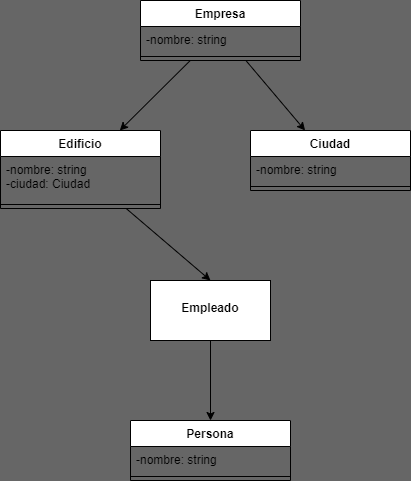
Above: El_dia_siguiente/UML.png in clauloro/Agregaci-n-composicion-individual (draw.io), before the change. Source tidied: cells renumbered, new cells last; positions are measured from the earlier drawing's top-left corner, leaving out a move shared by most shapes. Its diagram source:
```xml
<mxGraphModel background="#666666">
  <root>
    <mxCell id="0" />
    <mxCell id="1" parent="0" />
    <mxCell id="2" style="edgeStyle=none;html=1;" parent="1" edge="1" source="4" target="8">
      <mxGeometry relative="1" as="geometry" />
    </mxCell>
    <mxCell id="3" style="edgeStyle=none;html=1;" parent="1" edge="1" source="4" target="11">
      <mxGeometry relative="1" as="geometry" />
    </mxCell>
    <mxCell id="4" value="Empresa" style="swimlane;fontStyle=1;align=center;verticalAlign=top;horizontal=1;startSize=26;" parent="1" vertex="1">
      <mxGeometry x="140" width="160" height="60" as="geometry" />
    </mxCell>
    <mxCell id="5" value="-nombre: string" style="text;strokeColor=none;fillColor=none;align=left;verticalAlign=top;spacingLeft=4;spacingRight=4;overflow=hidden;" parent="4" vertex="1">
      <mxGeometry y="26" width="160" height="26" as="geometry" />
    </mxCell>
    <mxCell id="6" style="line;strokeWidth=1;fillColor=none;align=left;verticalAlign=middle;spacingTop=-1;spacingLeft=3;spacingRight=3;labelPosition=right;strokeColor=inherit;" parent="4" vertex="1">
      <mxGeometry y="52" width="160" height="8" as="geometry" />
    </mxCell>
    <mxCell id="7" style="edgeStyle=none;html=1;entryX=0.5;entryY=0;entryDx=0;entryDy=0;" parent="1" edge="1" source="8" target="15">
      <mxGeometry relative="1" as="geometry" />
    </mxCell>
    <mxCell id="8" value="Edificio" style="swimlane;fontStyle=1;align=center;verticalAlign=top;horizontal=1;startSize=26;" parent="1" vertex="1">
      <mxGeometry y="130" width="160" height="78" as="geometry" />
    </mxCell>
    <mxCell id="9" value="-nombre: string&#10;-ciudad: Ciudad" style="text;strokeColor=none;fillColor=none;align=left;verticalAlign=top;spacingLeft=4;spacingRight=4;overflow=hidden;" parent="8" vertex="1">
      <mxGeometry y="26" width="160" height="44" as="geometry" />
    </mxCell>
    <mxCell id="10" style="line;strokeWidth=1;fillColor=none;align=left;verticalAlign=middle;spacingTop=-1;spacingLeft=3;spacingRight=3;labelPosition=right;strokeColor=inherit;" parent="8" vertex="1">
      <mxGeometry y="70" width="160" height="8" as="geometry" />
    </mxCell>
    <mxCell id="11" value="Ciudad" style="swimlane;fontStyle=1;align=center;verticalAlign=top;horizontal=1;startSize=26;" parent="1" vertex="1">
      <mxGeometry x="250" y="130" width="160" height="60" as="geometry" />
    </mxCell>
    <mxCell id="12" value="-nombre: string" style="text;strokeColor=none;fillColor=none;align=left;verticalAlign=top;spacingLeft=4;spacingRight=4;overflow=hidden;" parent="11" vertex="1">
      <mxGeometry y="26" width="160" height="26" as="geometry" />
    </mxCell>
    <mxCell id="13" style="line;strokeWidth=1;fillColor=none;align=left;verticalAlign=middle;spacingTop=-1;spacingLeft=3;spacingRight=3;labelPosition=right;strokeColor=inherit;" parent="11" vertex="1">
      <mxGeometry y="52" width="160" height="8" as="geometry" />
    </mxCell>
    <mxCell id="14" style="edgeStyle=none;html=1;" parent="1" edge="1" source="15">
      <mxGeometry relative="1" as="geometry">
        <mxPoint x="210" y="420" as="targetPoint" />
      </mxGeometry>
    </mxCell>
    <mxCell id="15" value="&lt;br&gt;Empleado" style="whiteSpace=wrap;html=1;verticalAlign=top;fontStyle=1;startSize=26;" parent="1" vertex="1">
      <mxGeometry x="150" y="280" width="120" height="60" as="geometry" />
    </mxCell>
    <mxCell id="16" value="Persona" style="swimlane;fontStyle=1;align=center;verticalAlign=top;horizontal=1;startSize=26;" parent="1" vertex="1">
      <mxGeometry x="130" y="420" width="160" height="60" as="geometry" />
    </mxCell>
    <mxCell id="17" value="-nombre: string" style="text;strokeColor=none;fillColor=none;align=left;verticalAlign=top;spacingLeft=4;spacingRight=4;overflow=hidden;" parent="16" vertex="1">
      <mxGeometry y="26" width="160" height="26" as="geometry" />
    </mxCell>
    <mxCell id="18" style="line;strokeWidth=1;fillColor=none;align=left;verticalAlign=middle;spacingTop=-1;spacingLeft=3;spacingRight=3;labelPosition=right;strokeColor=inherit;" parent="16" vertex="1">
      <mxGeometry y="52" width="160" height="8" as="geometry" />
    </mxCell>
  </root>
</mxGraphModel>
```
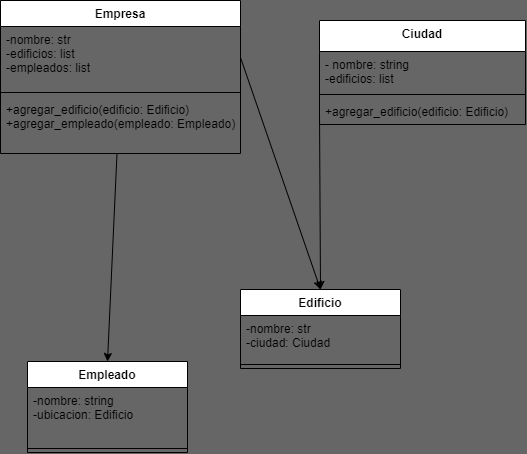
After the commit.

Change to the diagram source:
```diff
@@ -2,58 +2,56 @@
   <root>
     <mxCell id="0" />
     <mxCell id="1" parent="0" />
-    <mxCell id="2" style="edgeStyle=none;html=1;" parent="1" edge="1" source="4" target="8">
-      <mxGeometry relative="1" as="geometry" />
-    </mxCell>
-    <mxCell id="3" style="edgeStyle=none;html=1;" parent="1" edge="1" source="4" target="11">
-      <mxGeometry relative="1" as="geometry" />
-    </mxCell>
-    <mxCell id="4" value="Empresa" style="swimlane;fontStyle=1;align=center;verticalAlign=top;horizontal=1;startSize=26;" parent="1" vertex="1">
-      <mxGeometry x="140" width="160" height="60" as="geometry" />
-    </mxCell>
-    <mxCell id="5" value="-nombre: string" style="text;strokeColor=none;fillColor=none;align=left;verticalAlign=top;spacingLeft=4;spacingRight=4;overflow=hidden;" parent="4" vertex="1">
-      <mxGeometry y="26" width="160" height="26" as="geometry" />
-    </mxCell>
-    <mxCell id="6" style="line;strokeWidth=1;fillColor=none;align=left;verticalAlign=middle;spacingTop=-1;spacingLeft=3;spacingRight=3;labelPosition=right;strokeColor=inherit;" parent="4" vertex="1">
-      <mxGeometry y="52" width="160" height="8" as="geometry" />
-    </mxCell>
-    <mxCell id="7" style="edgeStyle=none;html=1;entryX=0.5;entryY=0;entryDx=0;entryDy=0;" parent="1" edge="1" source="8" target="15">
-      <mxGeometry relative="1" as="geometry" />
-    </mxCell>
-    <mxCell id="8" value="Edificio" style="swimlane;fontStyle=1;align=center;verticalAlign=top;horizontal=1;startSize=26;" parent="1" vertex="1">
-      <mxGeometry y="130" width="160" height="78" as="geometry" />
-    </mxCell>
-    <mxCell id="9" value="-nombre: string&#10;-ciudad: Ciudad" style="text;strokeColor=none;fillColor=none;align=left;verticalAlign=top;spacingLeft=4;spacingRight=4;overflow=hidden;" parent="8" vertex="1">
-      <mxGeometry y="26" width="160" height="44" as="geometry" />
-    </mxCell>
-    <mxCell id="10" style="line;strokeWidth=1;fillColor=none;align=left;verticalAlign=middle;spacingTop=-1;spacingLeft=3;spacingRight=3;labelPosition=right;strokeColor=inherit;" parent="8" vertex="1">
-      <mxGeometry y="70" width="160" height="8" as="geometry" />
-    </mxCell>
-    <mxCell id="11" value="Ciudad" style="swimlane;fontStyle=1;align=center;verticalAlign=top;horizontal=1;startSize=26;" parent="1" vertex="1">
-      <mxGeometry x="250" y="130" width="160" height="60" as="geometry" />
-    </mxCell>
-    <mxCell id="12" value="-nombre: string" style="text;strokeColor=none;fillColor=none;align=left;verticalAlign=top;spacingLeft=4;spacingRight=4;overflow=hidden;" parent="11" vertex="1">
-      <mxGeometry y="26" width="160" height="26" as="geometry" />
-    </mxCell>
-    <mxCell id="13" style="line;strokeWidth=1;fillColor=none;align=left;verticalAlign=middle;spacingTop=-1;spacingLeft=3;spacingRight=3;labelPosition=right;strokeColor=inherit;" parent="11" vertex="1">
-      <mxGeometry y="52" width="160" height="8" as="geometry" />
-    </mxCell>
-    <mxCell id="14" style="edgeStyle=none;html=1;" parent="1" edge="1" source="15">
-      <mxGeometry relative="1" as="geometry">
-        <mxPoint x="210" y="420" as="targetPoint" />
-      </mxGeometry>
-    </mxCell>
-    <mxCell id="15" value="&lt;br&gt;Empleado" style="whiteSpace=wrap;html=1;verticalAlign=top;fontStyle=1;startSize=26;" parent="1" vertex="1">
-      <mxGeometry x="150" y="280" width="120" height="60" as="geometry" />
-    </mxCell>
-    <mxCell id="16" value="Persona" style="swimlane;fontStyle=1;align=center;verticalAlign=top;horizontal=1;startSize=26;" parent="1" vertex="1">
-      <mxGeometry x="130" y="420" width="160" height="60" as="geometry" />
+    <mxCell id="16" value="Empleado" style="swimlane;fontStyle=1;align=center;verticalAlign=top;horizontal=1;startSize=26;" parent="1" vertex="1">
+      <mxGeometry x="224" y="261" width="160" height="91" as="geometry" />
     </mxCell>
-    <mxCell id="17" value="-nombre: string" style="text;strokeColor=none;fillColor=none;align=left;verticalAlign=top;spacingLeft=4;spacingRight=4;overflow=hidden;" parent="16" vertex="1">
-      <mxGeometry y="26" width="160" height="26" as="geometry" />
+    <mxCell id="17" value="-nombre: string&#10;-ubicacion: Edificio" style="text;strokeColor=none;fillColor=none;align=left;verticalAlign=top;spacingLeft=4;spacingRight=4;overflow=hidden;" parent="16" vertex="1">
+      <mxGeometry y="26" width="160" height="57" as="geometry" />
     </mxCell>
     <mxCell id="18" style="line;strokeWidth=1;fillColor=none;align=left;verticalAlign=middle;spacingTop=-1;spacingLeft=3;spacingRight=3;labelPosition=right;strokeColor=inherit;" parent="16" vertex="1">
-      <mxGeometry y="52" width="160" height="8" as="geometry" />
+      <mxGeometry y="83" width="160" height="8" as="geometry" />
     </mxCell>
+    <mxCell id="19" style="edgeStyle=none;html=1;entryX=0.5;entryY=0;entryDx=0;entryDy=0;" parent="1" edge="1" source="4" target="16">
+      <mxGeometry relative="1" as="geometry" />
+    </mxCell>
+    <mxCell id="4" value="Empresa" style="swimlane;fontStyle=1;align=center;verticalAlign=top;horizontal=1;startSize=26;" parent="1" vertex="1">
+      <mxGeometry x="197" y="-100" width="240" height="153" as="geometry" />
+    </mxCell>
+    <mxCell id="20" value="-nombre: str   &#10;-edificios: list&#10;-empleados: list" style="text;strokeColor=none;fillColor=none;align=left;verticalAlign=top;spacingLeft=4;spacingRight=4;overflow=hidden;points=[[0,0.5],[1,0.5]];portConstraint=eastwest;" parent="4" vertex="1">
+      <mxGeometry y="26" width="240" height="62" as="geometry" />
+    </mxCell>
+    <mxCell id="21" style="line;strokeWidth=1;fillColor=none;align=left;verticalAlign=middle;spacingTop=-1;spacingLeft=3;spacingRight=3;labelPosition=right;strokeColor=inherit;" parent="4" vertex="1">
+      <mxGeometry y="88" width="240" height="8" as="geometry" />
+    </mxCell>
+    <mxCell id="22" value="+agregar_edificio(edificio: Edificio) &#10;+agregar_empleado(empleado: Empleado)" style="text;strokeColor=none;fillColor=none;align=left;verticalAlign=top;spacingLeft=4;spacingRight=4;overflow=hidden;" parent="4" vertex="1">
+      <mxGeometry y="96" width="240" height="57" as="geometry" />
+    </mxCell>
+    <mxCell id="8" value="Edificio" style="swimlane;fontStyle=1;align=center;verticalAlign=top;horizontal=1;startSize=26;" parent="1" vertex="1">
+      <mxGeometry x="437" y="189" width="160" height="79" as="geometry" />
+    </mxCell>
+    <mxCell id="23" value="-nombre: str   &#10;-ciudad: Ciudad" style="text;strokeColor=none;fillColor=none;align=left;verticalAlign=top;spacingLeft=4;spacingRight=4;overflow=hidden;" parent="8" vertex="1">
+      <mxGeometry y="26" width="160" height="45" as="geometry" />
+    </mxCell>
+    <mxCell id="24" style="line;strokeWidth=1;fillColor=none;align=left;verticalAlign=middle;spacingTop=-1;spacingLeft=3;spacingRight=3;labelPosition=right;strokeColor=inherit;" parent="8" vertex="1">
+      <mxGeometry y="71" width="160" height="8" as="geometry" />
+    </mxCell>
+    <mxCell id="11" value="Ciudad" style="swimlane;fontStyle=1;align=center;verticalAlign=top;horizontal=1;startSize=31;" parent="1" vertex="1">
+      <mxGeometry x="516" y="-80" width="206" height="104" as="geometry" />
+    </mxCell>
+    <mxCell id="25" value="- nombre: string&#10;-edificios: list" style="text;strokeColor=none;fillColor=none;align=left;verticalAlign=top;spacingLeft=4;spacingRight=4;overflow=hidden;" parent="11" vertex="1">
+      <mxGeometry y="31" width="206" height="39" as="geometry" />
+    </mxCell>
+    <mxCell id="26" style="line;strokeWidth=1;fillColor=none;align=left;verticalAlign=middle;spacingTop=-1;spacingLeft=3;spacingRight=3;labelPosition=right;strokeColor=inherit;" parent="11" vertex="1">
+      <mxGeometry y="70" width="206" height="8" as="geometry" />
+    </mxCell>
+    <mxCell id="27" value="+agregar_edificio(edificio: Edificio)" style="text;strokeColor=none;fillColor=none;align=left;verticalAlign=top;spacingLeft=4;spacingRight=4;overflow=hidden;points=[[0,0.5],[1,0.5]];portConstraint=eastwest;" parent="11" vertex="1">
+      <mxGeometry y="78" width="206" height="26" as="geometry" />
+    </mxCell>
+    <mxCell id="28" style="edgeStyle=none;html=1;exitX=1;exitY=0.5;exitDx=0;exitDy=0;entryX=0.5;entryY=0;entryDx=0;entryDy=0;" parent="1" edge="1" source="20" target="8">
+      <mxGeometry relative="1" as="geometry" />
+    </mxCell>
+    <mxCell id="29" style="edgeStyle=none;html=1;exitX=0;exitY=0.5;exitDx=0;exitDy=0;entryX=0.5;entryY=0;entryDx=0;entryDy=0;" parent="1" edge="1" source="27" target="8">
+      <mxGeometry relative="1" as="geometry" />
+    </mxCell>
   </root>
 </mxGraphModel>
```
